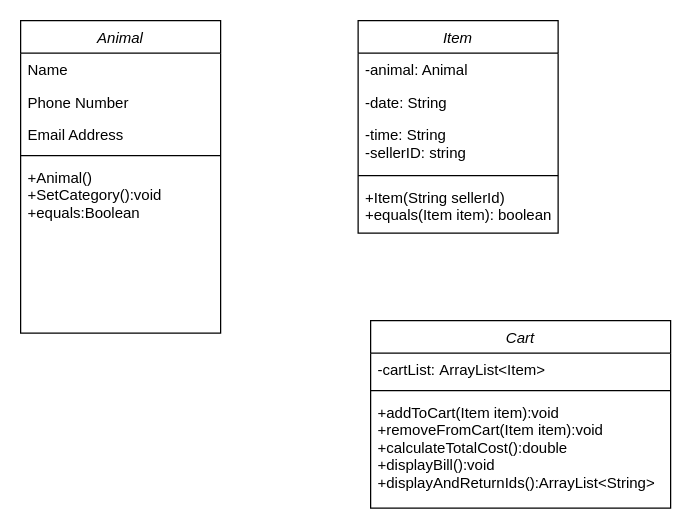
This is Diagram/ Analys_reflektion.drawio from GitoPot/Analys_reflektion, a draw.io file, before an edit. Source tidied: cells renumbered, new cells numbered last; positions are measured from the earlier drawing's top-left corner, leaving out a move shared by most shapes. Both pictures are drawn from the tidied source at 125%, with x=0, y=0 at pixel (20, 20).
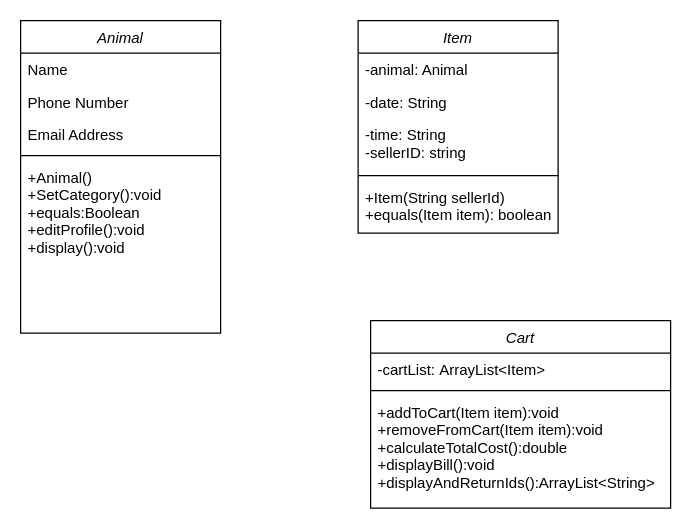
After the change.

Diff of the diagram source:
```diff
@@
 <mxGraphModel>
   <root>
     <mxCell id="0" />
     <mxCell id="1" parent="0" />
     <mxCell id="2" value="Animal" style="swimlane;fontStyle=2;align=center;verticalAlign=top;horizontal=1;startSize=26;rounded=0;shadow=0;strokeWidth=1;labelBackgroundColor=default;" parent="1" vertex="1">
       <mxGeometry width="160" height="250" as="geometry" />
     </mxCell>
     <mxCell id="3" value="Name" style="text;align=left;verticalAlign=top;spacingLeft=4;spacingRight=4;overflow=hidden;" parent="2" vertex="1">
       <mxGeometry y="26" width="160" height="26" as="geometry" />
     </mxCell>
     <mxCell id="4" value="Phone Number" style="text;align=left;verticalAlign=top;spacingLeft=4;spacingRight=4;overflow=hidden;rounded=0;shadow=0;html=0;" parent="2" vertex="1">
       <mxGeometry y="52" width="160" height="26" as="geometry" />
     </mxCell>
     <mxCell id="5" value="Email Address" style="text;align=left;verticalAlign=top;spacingLeft=4;spacingRight=4;overflow=hidden;rounded=0;shadow=0;html=0;" parent="2" vertex="1">
       <mxGeometry y="78" width="160" height="26" as="geometry" />
     </mxCell>
     <mxCell id="6" style="line;html=1;strokeWidth=1;align=left;verticalAlign=middle;spacingTop=-1;spacingLeft=3;spacingRight=3;labelPosition=right;" parent="2" vertex="1">
       <mxGeometry y="104" width="160" height="8" as="geometry" />
     </mxCell>
-    <mxCell id="7" value="+Animal()&#10;+SetCategory():void&#10;+equals:Boolean&#10;" style="text;align=left;verticalAlign=top;spacingLeft=4;spacingRight=4;overflow=hidden;" parent="2" vertex="1">
-      <mxGeometry y="112" width="160" height="138" as="geometry" />
+    <mxCell id="7" value="+Animal()&#10;+SetCategory():void&#10;+equals:Boolean&#10;+editProfile():void&#10;+display():void" style="text;align=left;verticalAlign=top;spacingLeft=4;spacingRight=4;overflow=hidden;" parent="2" vertex="1">
+      <mxGeometry y="112" width="160" height="88" as="geometry" />
     </mxCell>
     <mxCell id="8" value="Item" style="swimlane;fontStyle=2;align=center;verticalAlign=top;horizontal=1;startSize=26;rounded=0;shadow=0;strokeWidth=1;" parent="1" vertex="1">
       <mxGeometry x="270" width="160" height="170" as="geometry" />
     </mxCell>
     <mxCell id="9" value="-animal: Animal" style="text;align=left;verticalAlign=top;spacingLeft=4;spacingRight=4;overflow=hidden;" parent="8" vertex="1">
       <mxGeometry y="26" width="160" height="26" as="geometry" />
     </mxCell>
     <mxCell id="10" value="-date: String" style="text;align=left;verticalAlign=top;spacingLeft=4;spacingRight=4;overflow=hidden;rounded=0;shadow=0;html=0;" parent="8" vertex="1">
       <mxGeometry y="52" width="160" height="26" as="geometry" />
     </mxCell>
     <mxCell id="11" value="-time: String&#10;-sellerID: string&#10;" style="text;align=left;verticalAlign=top;spacingLeft=4;spacingRight=4;overflow=hidden;rounded=0;shadow=0;html=0;" parent="8" vertex="1">
       <mxGeometry y="78" width="160" height="42" as="geometry" />
     </mxCell>
     <mxCell id="12" style="line;html=1;strokeWidth=1;align=left;verticalAlign=middle;spacingTop=-1;spacingLeft=3;spacingRight=3;labelPosition=right;" parent="8" vertex="1">
       <mxGeometry y="120" width="160" height="8" as="geometry" />
     </mxCell>
     <mxCell id="13" value="+Item(String sellerId)&#10;+equals(Item item): boolean" style="text;align=left;verticalAlign=top;spacingLeft=4;spacingRight=4;overflow=hidden;" parent="8" vertex="1">
       <mxGeometry y="128" width="160" height="42" as="geometry" />
     </mxCell>
     <mxCell id="14" value="Cart" style="swimlane;fontStyle=2;align=center;verticalAlign=top;horizontal=1;startSize=26;rounded=0;shadow=0;strokeWidth=1;" parent="1" vertex="1">
       <mxGeometry x="280" y="240" width="240" height="150" as="geometry" />
     </mxCell>
     <mxCell id="15" value="-cartList: ArrayList&lt;Item&gt;" style="text;align=left;verticalAlign=top;spacingLeft=4;spacingRight=4;overflow=hidden;" parent="14" vertex="1">
       <mxGeometry y="26" width="240" height="26" as="geometry" />
     </mxCell>
     <mxCell id="16" style="line;html=1;strokeWidth=1;align=left;verticalAlign=middle;spacingTop=-1;spacingLeft=3;spacingRight=3;labelPosition=right;" parent="14" vertex="1">
       <mxGeometry y="52" width="240" height="8" as="geometry" />
     </mxCell>
     <mxCell id="17" value="+addToCart(Item item):void&#10;+removeFromCart(Item item):void&#10;+calculateTotalCost():double&#10;+displayBill():void&#10;+displayAndReturnIds():ArrayList&lt;String&gt;" style="text;align=left;verticalAlign=top;spacingLeft=4;spacingRight=4;overflow=hidden;" parent="14" vertex="1">
       <mxGeometry y="60" width="240" height="80" as="geometry" />
     </mxCell>
   </root>
 </mxGraphModel>
```
